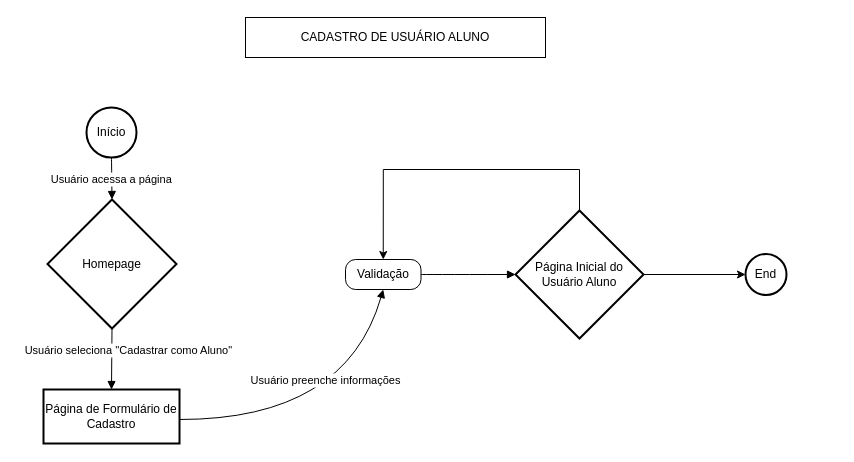
The draw.io diagram page "Cadastro de Aluno" (1 of 3) of UserFlow1.drawio in BabiDoo/TI2-GRUPO25, before the edit. Source tidied: cells renumbered, new cells numbered last; positions are measured from the earlier drawing's top-left corner, leaving out a move shared by most shapes. Both pictures are drawn from the tidied source at 100%, with x=0, y=0 at pixel (43, 17).
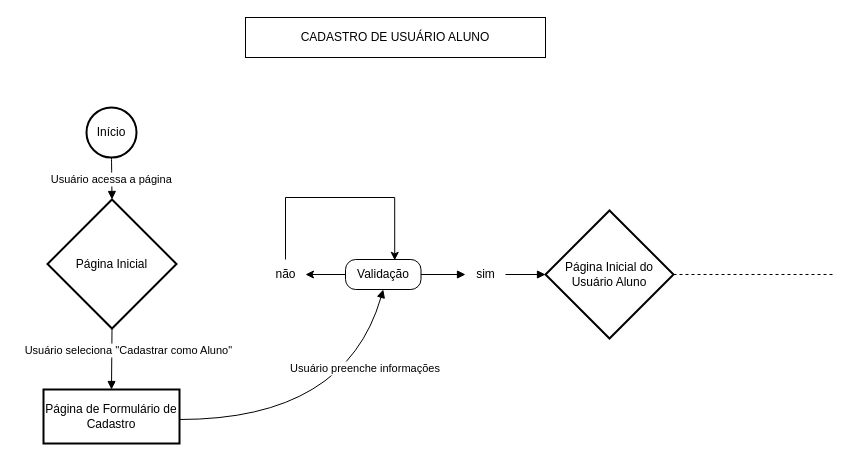
The same page after the edit.

Commit message:
add em UserFlow1.drawio -> inscriçao em projeto (aluno)

Unchanged cells that the change refers to:
```xml
<mxCell id="12" value="Validação" style="rounded=1;whiteSpace=wrap;html=1;arcSize=34;" parent="1" vertex="1">
  <mxGeometry x="302" y="242" width="75.5" height="30" as="geometry" />
</mxCell>
```

Diff of the diagram source:
```diff
@@
-    <mxCell id="3" value="Homepage" style="rhombus;strokeWidth=2;whiteSpace=wrap;" parent="1" vertex="1">
+    <mxCell id="3" value="Página Inicial" style="rhombus;strokeWidth=2;whiteSpace=wrap;" parent="1" vertex="1">
       <mxGeometry x="4" y="182" width="129" height="129" as="geometry" />
     </mxCell>
@@
-    <mxCell id="5" style="edgeStyle=orthogonalEdgeStyle;rounded=0;jettySize=auto;html=1;exitX=1;exitY=0.5;exitDx=0;exitDy=0;" parent="1" edge="1" source="7" target="8">
-      <mxGeometry relative="1" as="geometry" />
-    </mxCell>
-    <mxCell id="6" style="edgeStyle=orthogonalEdgeStyle;rounded=0;jettySize=auto;html=1;entryX=0.5;entryY=0;entryDx=0;entryDy=0;" parent="1" edge="1" source="7" target="12">
-      <mxGeometry relative="1" as="geometry">
-        <Array as="points">
-          <mxPoint x="536" y="152" />
-          <mxPoint x="340" y="152" />
-        </Array>
-      </mxGeometry>
-    </mxCell>
     <mxCell id="7" value="Página Inicial do Usuário Aluno" style="rhombus;strokeWidth=2;whiteSpace=wrap;" parent="1" vertex="1">
-      <mxGeometry x="472" y="193" width="128" height="128" as="geometry" />
+      <mxGeometry x="502" y="193" width="128" height="128" as="geometry" />
     </mxCell>
-    <mxCell id="8" value="End" style="ellipse;strokeWidth=2;whiteSpace=wrap;" parent="1" vertex="1">
-      <mxGeometry x="702" y="236.5" width="41" height="41" as="geometry" />
-    </mxCell>
@@
+    <mxCell id="15" style="edgeStyle=orthogonalEdgeStyle;rounded=0;jettySize=auto;html=1;entryX=0.652;entryY=0.027;entryDx=0;entryDy=0;entryPerimeter=0;" parent="1" edge="1" source="19" target="12">
+      <mxGeometry relative="1" as="geometry">
+        <Array as="points">
+          <mxPoint x="242" y="257" />
+          <mxPoint x="242" y="180" />
+          <mxPoint x="351" y="180" />
+        </Array>
+      </mxGeometry>
+    </mxCell>
+    <mxCell id="16" style="edgeStyle=orthogonalEdgeStyle;rounded=0;jettySize=auto;html=1;exitX=0;exitY=0.5;exitDx=0;exitDy=0;" parent="1" edge="1" source="12" target="19">
+      <mxGeometry relative="1" as="geometry" />
+    </mxCell>
@@
-    <mxCell id="13" value="Usuário preenche informações" style="curved=1;startArrow=none;endArrow=block;entryX=0;entryY=0.5;entryDx=0;entryDy=0;exitX=1;exitY=0.5;exitDx=0;exitDy=0;" parent="1" edge="1" source="12" target="7">
-      <mxGeometry x="-1" y="-142" relative="1" as="geometry">
-        <mxPoint x="-95" y="-37" as="offset" />
+    <mxCell id="13" value="Usuário preenche informações" style="startArrow=none;endArrow=block;entryX=0;entryY=0.5;entryDx=0;entryDy=0;exitX=1;exitY=0.5;exitDx=0;exitDy=0;" parent="1" edge="1" source="18" target="7">
+      <mxGeometry x="-1" y="-168" relative="1" as="geometry">
+        <mxPoint x="-140" y="-75" as="offset" />
       </mxGeometry>
     </mxCell>
@@
+    <mxCell id="17" style="startArrow=none;endArrow=block;exitX=1;exitY=0.5;exitDx=0;exitDy=0;" parent="1" edge="1" source="12" target="18">
+      <mxGeometry x="-1" y="-142" relative="1" as="geometry">
+        <mxPoint x="-95" y="-37" as="offset" />
+      </mxGeometry>
+    </mxCell>
+    <mxCell id="18" value="sim" style="text;html=1;align=center;verticalAlign=middle;points=[];strokeColor=none;fillColor=none;" parent="1" vertex="1">
+      <mxGeometry x="422" y="242" width="40" height="30" as="geometry" />
+    </mxCell>
+    <mxCell id="19" value="não" style="text;html=1;align=center;verticalAlign=middle;points=[];strokeColor=none;fillColor=none;" parent="1" vertex="1">
+      <mxGeometry x="222" y="242" width="40" height="30" as="geometry" />
+    </mxCell>
+    <mxCell id="20" style="endArrow=none;dashed=1;html=1;rounded=0;exitX=1;exitY=0.5;exitDx=0;exitDy=0;" parent="1" edge="1" source="7">
+      <mxGeometry relative="1" as="geometry">
+        <mxPoint x="792" y="257" as="targetPoint" />
+      </mxGeometry>
+    </mxCell>
```
